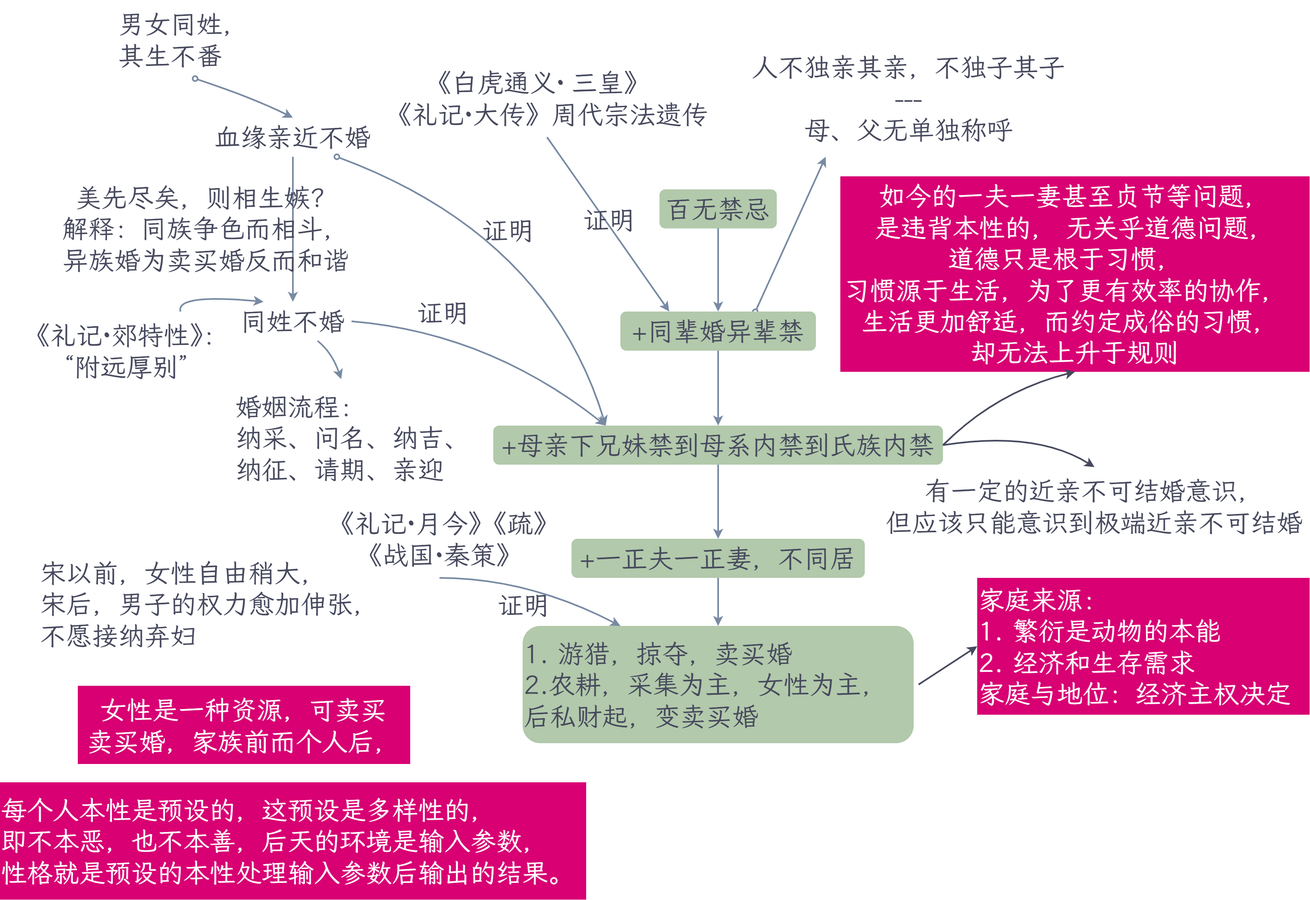
Zencoder-arch/obsidian-images keeps this draw.io diagram as assets/中国通史_婚姻.png. Above is the earlier version. Source tidied: cells renumbered, new cells last; positions are measured from the earlier drawing's top-left corner, leaving out a move shared by most shapes.
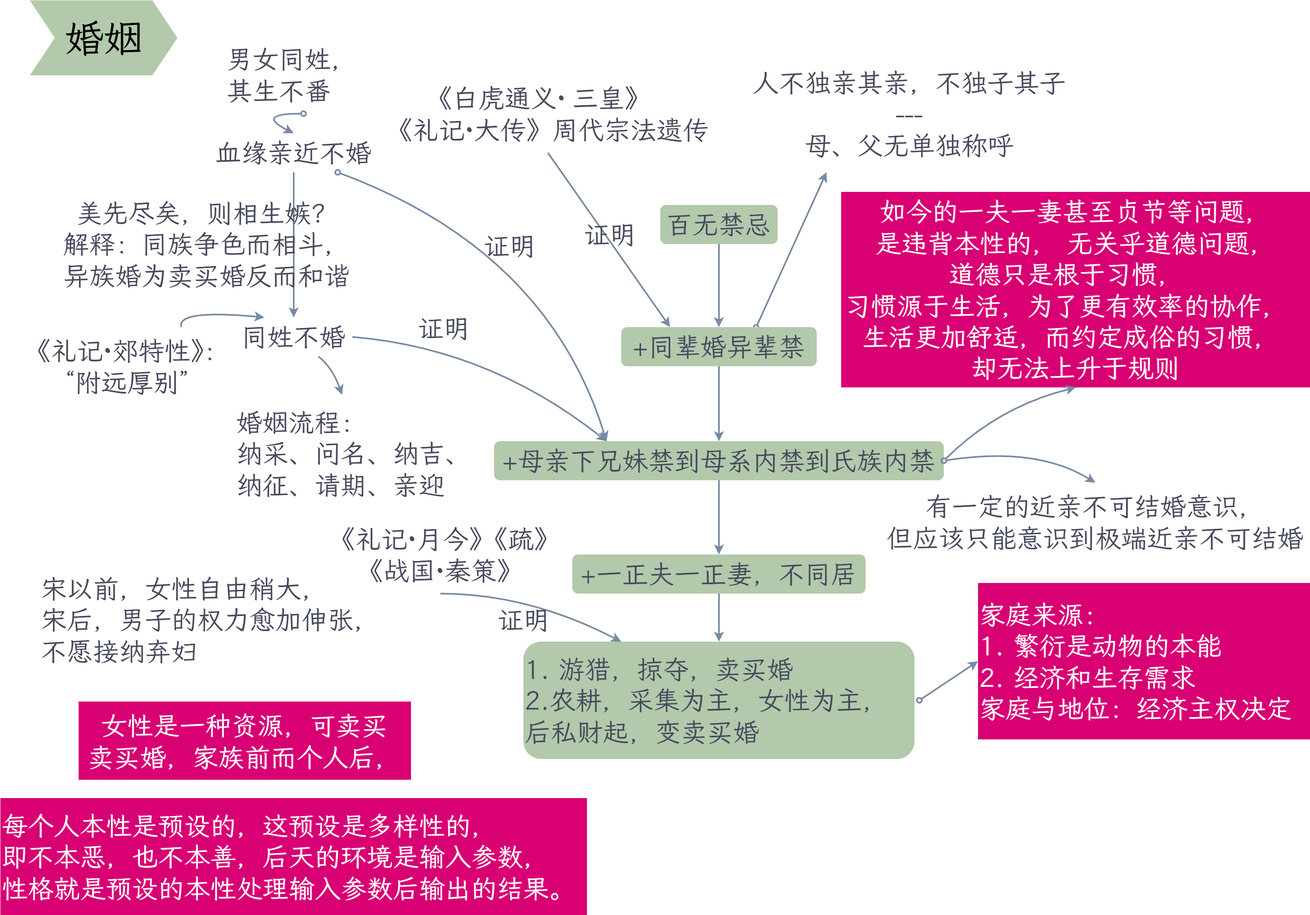
The same file after the commit.

Commit message:
更新中国通史_婚姻.png

Change to the diagram source:
```diff
@@ -20,7 +20,7 @@
     <mxCell id="7" style="rounded=0;jettySize=auto;html=1;fontFamily=霞鹜文楷;fontSize=32;fontColor=default;fontStyle=0;labelBorderColor=none;labelBackgroundColor=none;strokeColor=#788AA3;strokeWidth=2;curved=1;" parent="1" edge="1" source="9" target="11">
       <mxGeometry relative="1" as="geometry" />
     </mxCell>
-    <mxCell id="8" style="shape=connector;rounded=0;jettySize=auto;html=1;strokeColor=#46495D;align=center;verticalAlign=middle;fontFamily=霞鹜文楷;fontSize=32;fontColor=#46495D;fontStyle=0;labelBorderColor=none;labelBackgroundColor=none;endArrow=classic;exitX=1;exitY=0.5;exitDx=0;exitDy=0;strokeWidth=2;curved=1;entryX=0.5;entryY=0;entryDx=0;entryDy=0;" parent="1" edge="1" source="9" target="39">
+    <mxCell id="8" style="shape=connector;rounded=0;jettySize=auto;html=1;strokeColor=#788AA3;align=center;verticalAlign=middle;fontFamily=霞鹜文楷;fontSize=32;fontColor=#46495D;fontStyle=0;labelBorderColor=none;labelBackgroundColor=none;endArrow=classic;exitX=1;exitY=0.5;exitDx=0;exitDy=0;strokeWidth=2;curved=1;entryX=0.5;entryY=0;entryDx=0;entryDy=0;startArrow=oval;startFill=0;" parent="1" edge="1" source="9" target="39">
       <mxGeometry relative="1" as="geometry">
         <Array as="points">
           <mxPoint x="1272" y="528" />
@@ -36,7 +36,7 @@
     <mxCell id="11" value="+一正夫一正妻，不同居" style="whiteSpace=wrap;html=1;fontSize=32;fontFamily=霞鹜文楷;fillColor=#B2C9AB;strokeColor=none;rounded=1;fillStyle=solid;glass=0;shadow=0;fontStyle=0;labelBackgroundColor=none;labelBorderColor=none;flipV=1;fontColor=#46495D;" parent="1" vertex="1">
       <mxGeometry x="702" y="661" width="360" height="48" as="geometry" />
     </mxCell>
-    <mxCell id="12" style="rounded=0;jettySize=auto;html=1;entryX=0;entryY=0.5;entryDx=0;entryDy=0;fontFamily=霞鹜文楷;fontSize=32;fontColor=#46495D;fontStyle=0;labelBorderColor=none;labelBackgroundColor=none;strokeColor=#46495D;strokeWidth=2;curved=1;" parent="1" edge="1" target="40">
+    <mxCell id="12" style="rounded=0;jettySize=auto;html=1;entryX=0;entryY=0.5;entryDx=0;entryDy=0;fontFamily=霞鹜文楷;fontSize=32;fontColor=#46495D;fontStyle=0;labelBorderColor=none;labelBackgroundColor=none;strokeColor=#788AA3;strokeWidth=2;curved=1;startArrow=oval;startFill=0;" parent="1" edge="1" target="40">
       <mxGeometry relative="1" as="geometry">
         <mxPoint x="1128" y="840" as="sourcePoint" />
       </mxGeometry>
@@ -90,7 +90,7 @@
       </mxGeometry>
     </mxCell>
     <mxCell id="25" value="男女同姓，&lt;br&gt;&lt;span style=&quot;background-color: transparent; color: light-dark(rgb(70, 73, 93), rgb(170, 173, 190));&quot;&gt;其生不番&lt;/span&gt;" style="text;html=1;whiteSpace=wrap;strokeColor=none;fillColor=none;align=left;verticalAlign=middle;rounded=0;fontFamily=霞鹜文楷;fontSize=32;fontColor=#46495D;fontStyle=0;labelBorderColor=none;labelBackgroundColor=none;" parent="1" vertex="1">
-      <mxGeometry x="144" width="192" height="96" as="geometry" />
+      <mxGeometry x="276" y="24" width="192" height="96" as="geometry" />
     </mxCell>
     <mxCell id="26" value="婚姻流程：&amp;nbsp;&amp;nbsp;&lt;br&gt;纳采、问名、纳吉、&lt;br&gt;纳征、请期、亲迎" style="whiteSpace=wrap;html=1;fontSize=32;fontFamily=霞鹜文楷;fillColor=none;rounded=0;fontStyle=0;labelBorderColor=none;labelBackgroundColor=none;strokeColor=none;fontColor=#46495D;align=left;" parent="1" vertex="1">
       <mxGeometry x="288" y="465" width="312" height="144" as="geometry" />
@@ -135,7 +135,7 @@
     <mxCell id="34" value="宋以前，女性自由稍大，&lt;div&gt;宋后，男子的权力愈加伸张，&lt;/div&gt;&lt;div&gt;不愿接纳弃妇&lt;/div&gt;" style="text;html=1;whiteSpace=wrap;strokeColor=none;fillColor=none;align=left;verticalAlign=middle;rounded=0;fontFamily=霞鹜文楷;fontSize=32;fontColor=#46495D;fontStyle=0;labelBorderColor=none;labelBackgroundColor=none;" parent="1" vertex="1">
       <mxGeometry x="48" y="669" width="432" height="144" as="geometry" />
     </mxCell>
-    <mxCell id="35" style="rounded=0;jettySize=auto;html=1;entryX=0.5;entryY=1;entryDx=0;entryDy=0;exitX=1;exitY=0.5;exitDx=0;exitDy=0;fontColor=#46495D;strokeColor=#46495D;fontSize=32;strokeWidth=2;curved=1;" parent="1" edge="1" source="9" target="18">
+    <mxCell id="35" style="rounded=0;jettySize=auto;html=1;entryX=0.5;entryY=1;entryDx=0;entryDy=0;exitX=1;exitY=0.5;exitDx=0;exitDy=0;fontColor=#46495D;strokeColor=#788AA3;fontSize=32;strokeWidth=2;curved=1;startArrow=oval;startFill=0;" parent="1" edge="1" source="9" target="18">
       <mxGeometry relative="1" as="geometry">
         <Array as="points">
           <mxPoint x="1224" y="480" />
@@ -161,11 +161,14 @@
     <mxCell id="39" value="有一定的近亲不可结婚意识，&lt;br&gt;但应该只能意识到极端近亲不可结婚" style="text;html=1;whiteSpace=wrap;strokeColor=none;fillColor=none;align=center;verticalAlign=middle;rounded=0;fontFamily=霞鹜文楷;fontSize=32;fontColor=#46495D;fontStyle=0;labelBorderColor=none;labelBackgroundColor=none;" parent="1" vertex="1">
       <mxGeometry x="1080" y="573" width="528" height="96" as="geometry" />
     </mxCell>
-    <mxCell id="40" value="家庭来源：&lt;br&gt;1. 繁衍是动物的本能&lt;br&gt;2. 经济和生存需求&lt;br&gt;家庭与地位：经济主权决定" style="whiteSpace=wrap;html=1;rounded=0;align=left;verticalAlign=middle;fontFamily=霞鹜文楷;fontSize=32;fontColor=#ffffff;fontStyle=0;labelBorderColor=none;labelBackgroundColor=none;fillColor=#d80073;gradientColor=none;strokeColor=none;" parent="1" vertex="1">
-      <mxGeometry x="1200" y="709" width="408" height="168" as="geometry" />
+    <mxCell id="40" value="&lt;font style=&quot;color: rgb(255, 255, 255);&quot;&gt;家庭来源：&lt;br&gt;1. 繁衍是动物的本能&lt;br&gt;2. 经济和生存需求&lt;br&gt;家庭与地位：经济主权决定&lt;/font&gt;" style="whiteSpace=wrap;html=1;rounded=0;align=left;verticalAlign=middle;fontFamily=霞鹜文楷;fontSize=32;fontColor=#ffffff;fontStyle=0;labelBorderColor=none;labelBackgroundColor=none;fillColor=#d80073;gradientColor=none;strokeColor=none;" parent="1" vertex="1">
+      <mxGeometry x="1200" y="696" width="408" height="192" as="geometry" />
     </mxCell>
     <mxCell id="41" value="每个人本性是预设的，这预设是多样性的，&lt;br&gt;即不本恶，也不本善，后天的环境是输入参数，&lt;br&gt;性格就是预设的本性处理输入参数后输出的结果。" style="whiteSpace=wrap;html=1;rounded=0;strokeColor=none;align=left;verticalAlign=middle;fontFamily=霞鹜文楷;fontSize=32;fontColor=#ffffff;fontStyle=0;labelBorderColor=none;labelBackgroundColor=none;fillColor=#d80073;gradientColor=none;" parent="1" vertex="1">
       <mxGeometry y="960" width="720" height="144" as="geometry" />
     </mxCell>
+    <mxCell id="42" value="&lt;font style=&quot;font-size: 48px;&quot;&gt;婚姻&lt;/font&gt;" style="html=1;shadow=0;dashed=0;align=center;verticalAlign=middle;shape=mxgraph.arrows2.arrow;dy=0;dx=30;notch=30;rounded=1;strokeColor=#B2C9AB;strokeWidth=2;fontFamily=霞鹜文楷;fontSize=36;fillColor=#B2C9AB;" parent="1" vertex="1">
+      <mxGeometry x="38" y="-18" width="178" height="90" as="geometry" />
+    </mxCell>
   </root>
 </mxGraphModel>
```
